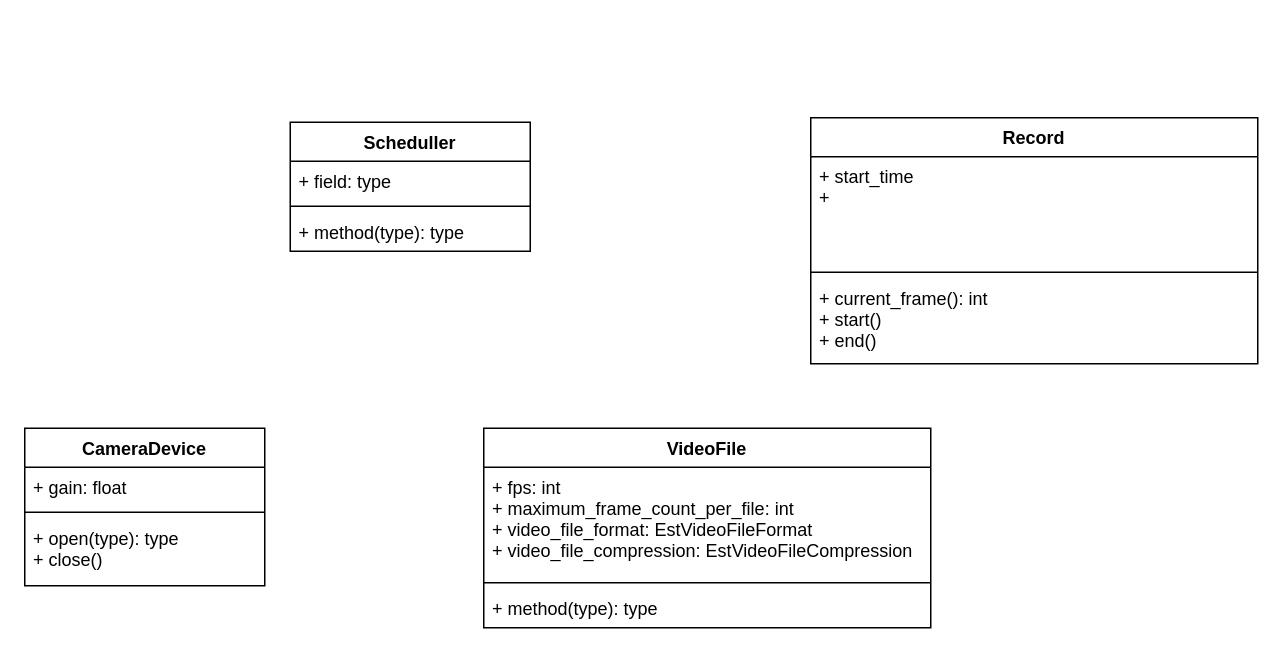
Earlier version of the draw.io diagram docs/design/class_diagram.drawio (gw-team2/Tomoe-RGBcam-sdk). Source tidied: cells renumbered, new cells numbered last; positions are measured from the earlier drawing's top-left corner, leaving out a move shared by most shapes. Both pictures are drawn from the tidied source at 150%, with x=0, y=0 at pixel (24, 117).
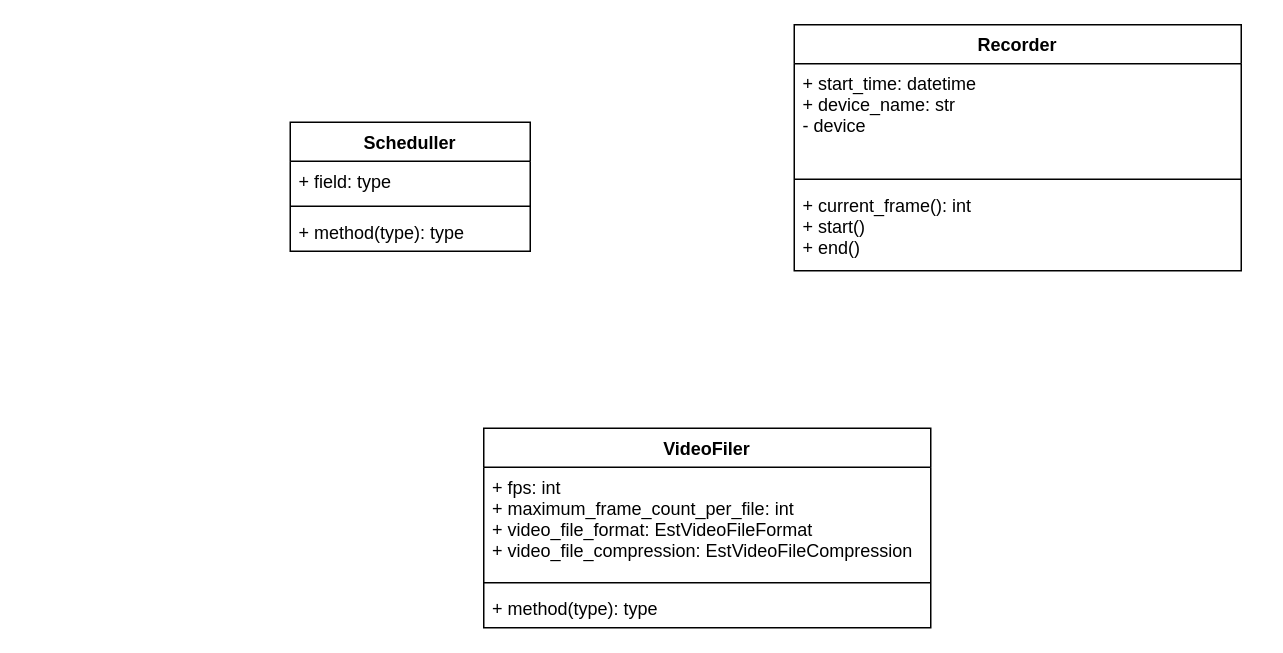
The same page after the edit.

The edit, as a diff of the source:
```diff
@@
 <mxGraphModel>
   <root>
     <mxCell id="0" />
     <mxCell id="1" parent="0" />
     <mxCell id="2" value="Scheduller" style="swimlane;fontStyle=1;align=center;verticalAlign=top;horizontal=1;startSize=26;" parent="1" vertex="1">
       <mxGeometry x="177" y="3" width="160" height="86" as="geometry" />
     </mxCell>
     <mxCell id="3" value="+ field: type" style="text;strokeColor=none;fillColor=none;align=left;verticalAlign=top;spacingLeft=4;spacingRight=4;overflow=hidden;" parent="2" vertex="1">
       <mxGeometry y="26" width="160" height="26" as="geometry" />
     </mxCell>
     <mxCell id="4" style="line;strokeWidth=1;fillColor=none;align=left;verticalAlign=middle;spacingTop=-1;spacingLeft=3;spacingRight=3;labelPosition=right;" parent="2" vertex="1">
       <mxGeometry y="52" width="160" height="8" as="geometry" />
     </mxCell>
     <mxCell id="5" value="+ method(type): type" style="text;strokeColor=none;fillColor=none;align=left;verticalAlign=top;spacingLeft=4;spacingRight=4;overflow=hidden;" parent="2" vertex="1">
       <mxGeometry y="60" width="160" height="26" as="geometry" />
     </mxCell>
-    <mxCell id="6" value="VideoFile" style="swimlane;fontStyle=1;align=center;verticalAlign=top;horizontal=1;startSize=26;" parent="1" vertex="1">
+    <mxCell id="6" value="VideoFiler" style="swimlane;fontStyle=1;align=center;verticalAlign=top;horizontal=1;startSize=26;" parent="1" vertex="1">
       <mxGeometry x="306" y="207" width="298" height="133" as="geometry" />
     </mxCell>
     <mxCell id="7" value="+ fps: int&#10;+ maximum_frame_count_per_file: int&#10;+ video_file_format: EstVideoFileFormat&#10;+ video_file_compression: EstVideoFileCompression" style="text;strokeColor=none;fillColor=none;align=left;verticalAlign=top;spacingLeft=4;spacingRight=4;overflow=hidden;" parent="6" vertex="1">
       <mxGeometry y="26" width="298" height="73" as="geometry" />
     </mxCell>
     <mxCell id="8" style="line;strokeWidth=1;fillColor=none;align=left;verticalAlign=middle;spacingTop=-1;spacingLeft=3;spacingRight=3;labelPosition=right;" parent="6" vertex="1">
       <mxGeometry y="99" width="298" height="8" as="geometry" />
     </mxCell>
     <mxCell id="9" value="+ method(type): type" style="text;strokeColor=none;fillColor=none;align=left;verticalAlign=top;spacingLeft=4;spacingRight=4;overflow=hidden;" parent="6" vertex="1">
       <mxGeometry y="107" width="298" height="26" as="geometry" />
     </mxCell>
-    <mxCell id="10" value="CameraDevice" style="swimlane;fontStyle=1;align=center;verticalAlign=top;horizontal=1;startSize=26;" parent="1" vertex="1">
-      <mxGeometry y="207" width="160" height="105" as="geometry" />
-    </mxCell>
-    <mxCell id="11" value="+ gain: float" style="text;strokeColor=none;fillColor=none;align=left;verticalAlign=top;spacingLeft=4;spacingRight=4;overflow=hidden;" parent="10" vertex="1">
-      <mxGeometry y="26" width="160" height="26" as="geometry" />
-    </mxCell>
-    <mxCell id="12" style="line;strokeWidth=1;fillColor=none;align=left;verticalAlign=middle;spacingTop=-1;spacingLeft=3;spacingRight=3;labelPosition=right;" parent="10" vertex="1">
-      <mxGeometry y="52" width="160" height="8" as="geometry" />
-    </mxCell>
-    <mxCell id="13" value="+ open(type): type&#10;+ close()" style="text;strokeColor=none;fillColor=none;align=left;verticalAlign=top;spacingLeft=4;spacingRight=4;overflow=hidden;" parent="10" vertex="1">
-      <mxGeometry y="60" width="160" height="45" as="geometry" />
-    </mxCell>
-    <mxCell id="14" value="Record" style="swimlane;fontStyle=1;align=center;verticalAlign=top;horizontal=1;startSize=26;" parent="1" vertex="1">
-      <mxGeometry x="524" width="298" height="164" as="geometry" />
+    <mxCell id="14" value="Recorder" style="swimlane;fontStyle=1;align=center;verticalAlign=top;horizontal=1;startSize=26;" parent="1" vertex="1">
+      <mxGeometry x="513" y="-62" width="298" height="164" as="geometry" />
     </mxCell>
-    <mxCell id="15" value="+ start_time&#10;+ " style="text;strokeColor=none;fillColor=none;align=left;verticalAlign=top;spacingLeft=4;spacingRight=4;overflow=hidden;" parent="14" vertex="1">
+    <mxCell id="15" value="+ start_time: datetime&#10;+ device_name: str&#10;- device" style="text;strokeColor=none;fillColor=none;align=left;verticalAlign=top;spacingLeft=4;spacingRight=4;overflow=hidden;" parent="14" vertex="1">
       <mxGeometry y="26" width="298" height="73" as="geometry" />
     </mxCell>
     <mxCell id="16" style="line;strokeWidth=1;fillColor=none;align=left;verticalAlign=middle;spacingTop=-1;spacingLeft=3;spacingRight=3;labelPosition=right;" parent="14" vertex="1">
       <mxGeometry y="99" width="298" height="8" as="geometry" />
     </mxCell>
     <mxCell id="17" value="+ current_frame(): int&#10;+ start()&#10;+ end()" style="text;strokeColor=none;fillColor=none;align=left;verticalAlign=top;spacingLeft=4;spacingRight=4;overflow=hidden;" parent="14" vertex="1">
       <mxGeometry y="107" width="298" height="57" as="geometry" />
     </mxCell>
   </root>
 </mxGraphModel>
```
